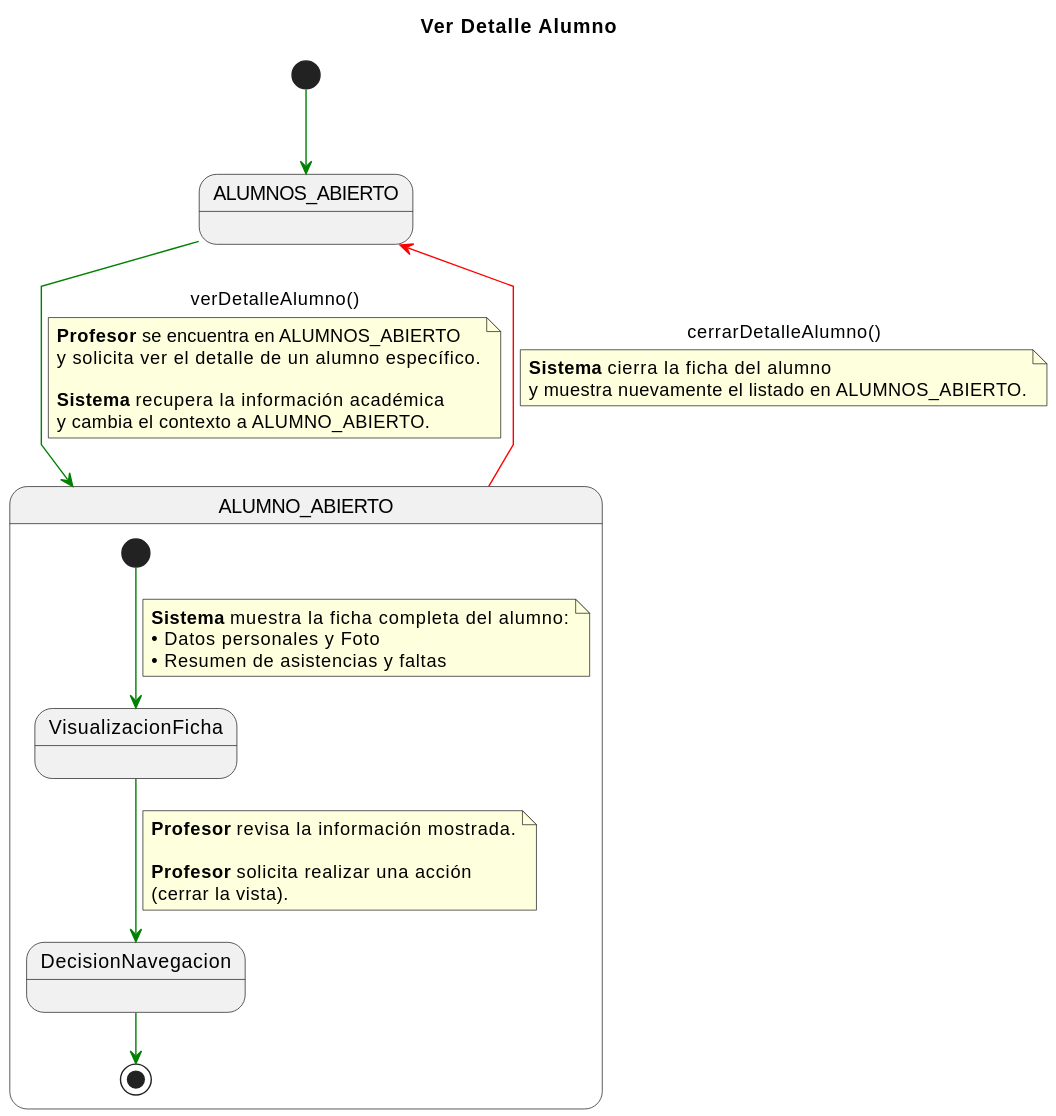
Before: documents/CasosDeUso/DetalladoCasosDeUso/Profesor/verDetalleAlumno.svg, a diagram exported from PlantUML (enmabry/25-26-IdSw1-SdR).
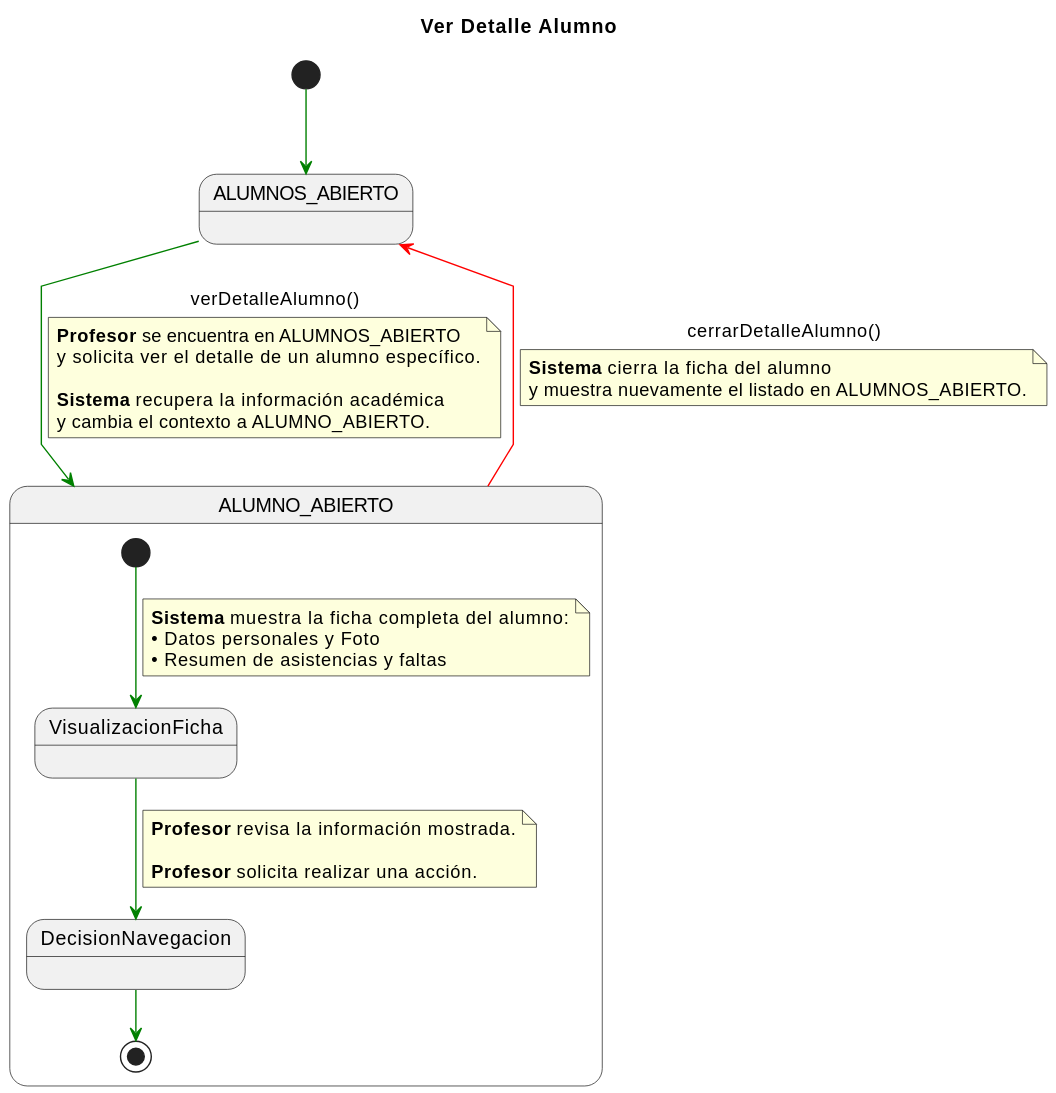
After the change.

Commit message:
fix detallado CdU profesor

What changed in the source:
```diff
@@ -32,8 +32,7 @@
     note on link
     <b>Profesor</b> revisa la información mostrada.
 
-    <b>Profesor</b> solicita realizar una acción
-    (cerrar la vista).
+    <b>Profesor</b> solicita realizar una acción.
     end note
 
     DecisionNavegacion -[#green]-> [*]
```
